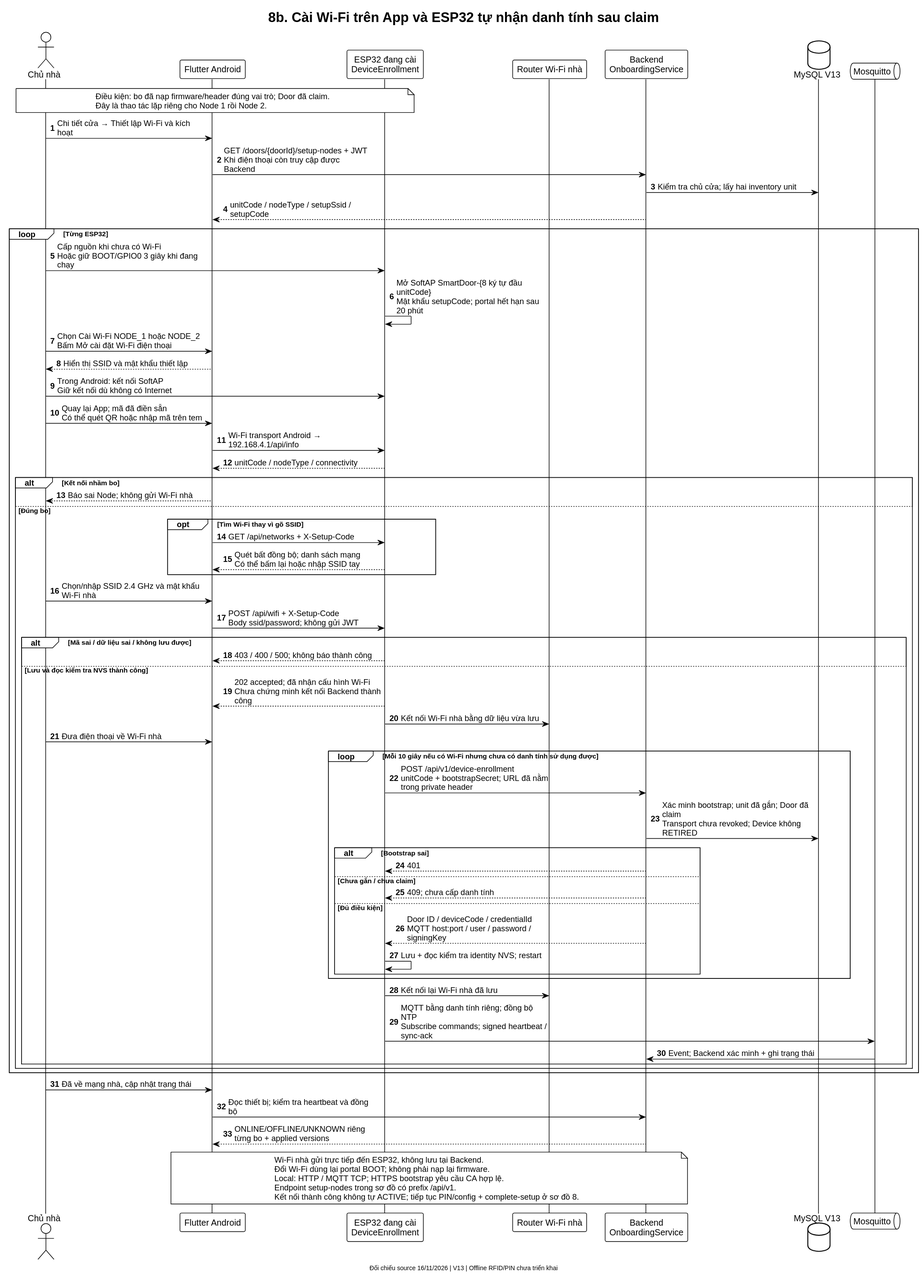
Nozs002/Smart-Door-System keeps this PlantUML diagram as docs/03-technical-reference/diagrams/08b-wifi-enrollment-sequence.svg. Above is the earlier version.
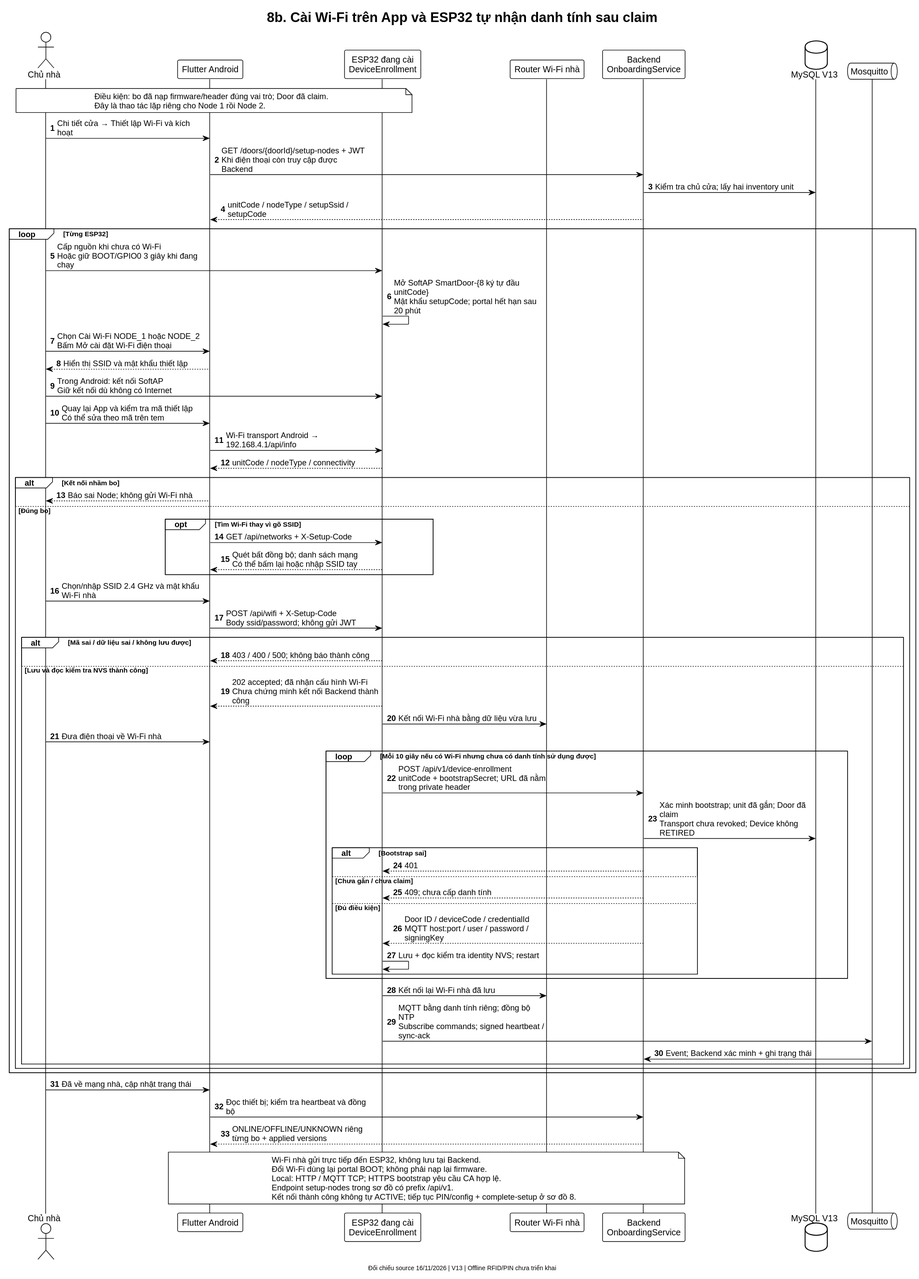
The same file after the commit.

Diff of the diagram source:
```diff
@@ -27,7 +27,7 @@
   Owner -> App : Chọn Cài Wi-Fi NODE_1 hoặc NODE_2\nBấm Mở cài đặt Wi-Fi điện thoại
   App --> Owner : Hiển thị SSID và mật khẩu thiết lập
   Owner -> ESP : Trong Android: kết nối SoftAP\nGiữ kết nối dù không có Internet
-  Owner -> App : Quay lại App; mã đã điền sẵn\nCó thể quét QR hoặc nhập mã trên tem
+  Owner -> App : Quay lại App và kiểm tra mã thiết lập\nCó thể sửa theo mã trên tem
   App -> ESP : Wi-Fi transport Android → 192.168.4.1/api/info
   ESP --> App : unitCode / nodeType / connectivity
   alt Kết nối nhầm bo
```
